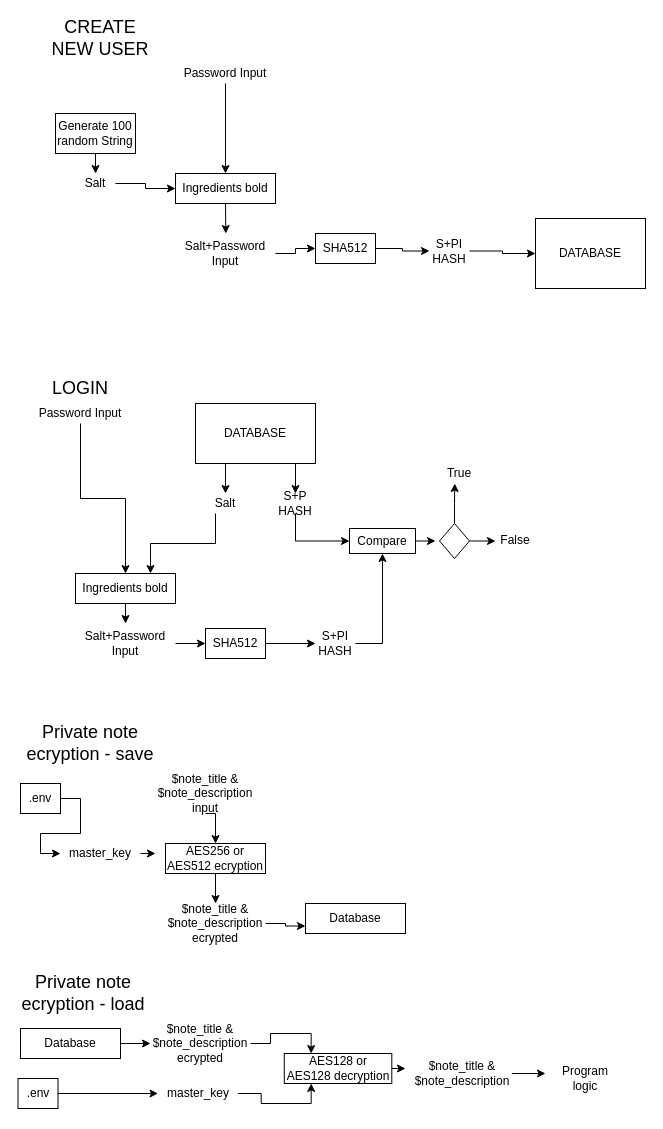
The draw.io diagram Security.drawio in SplitVICE/Online-Notes, before the edit. Source tidied: cells renumbered, new cells numbered last; positions are measured from the earlier drawing's top-left corner, leaving out a move shared by most shapes. Both pictures are drawn from the tidied source at 100%, with x=0, y=0 at pixel (17, 23).
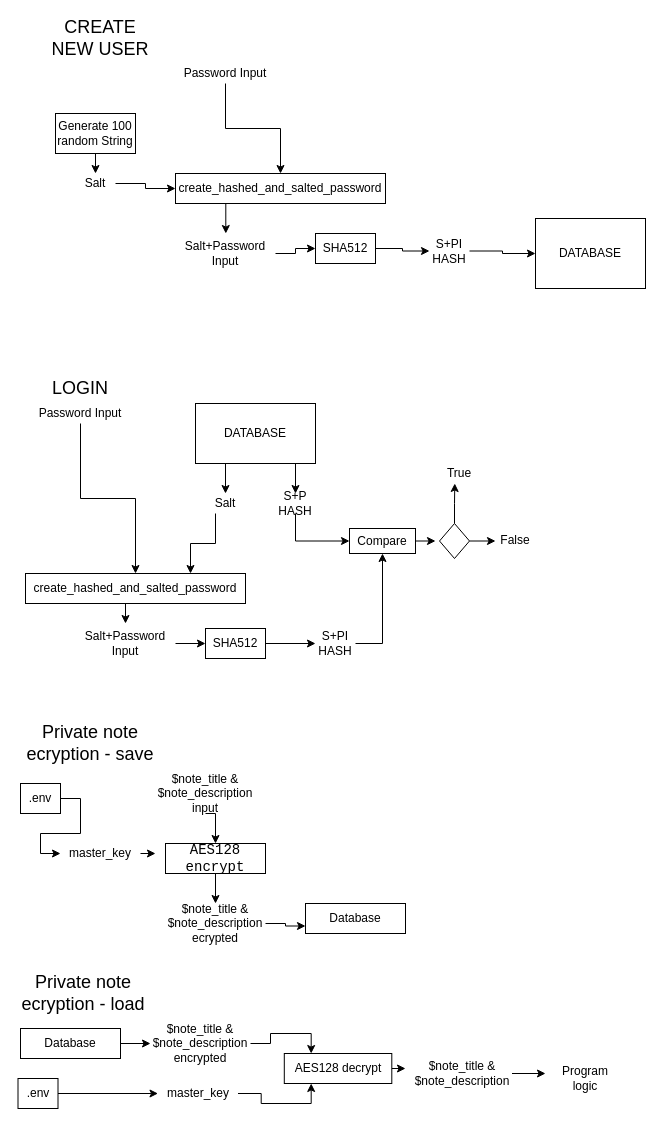
The same page after the edit.

The edit, as a diff of the source:
```diff
@@
-    <mxCell id="8" style="edgeStyle=orthogonalEdgeStyle;rounded=0;jettySize=auto;html=1;exitX=0.5;exitY=1;exitDx=0;exitDy=0;" parent="1" edge="1" source="9">
+    <mxCell id="8" style="edgeStyle=orthogonalEdgeStyle;rounded=0;jettySize=auto;html=1;exitX=0.25;exitY=1;exitDx=0;exitDy=0;" parent="1" edge="1" source="9">
       <mxGeometry relative="1" as="geometry">
         <mxPoint x="208.3" y="210" as="targetPoint" />
       </mxGeometry>
     </mxCell>
-    <mxCell id="9" value="Ingredients bold" style="rounded=0;whiteSpace=wrap;html=1;" parent="1" vertex="1">
-      <mxGeometry x="158" y="150" width="100" height="30" as="geometry" />
+    <mxCell id="9" value="create_hashed_and_salted_password" style="rounded=0;whiteSpace=wrap;html=1;" parent="1" vertex="1">
+      <mxGeometry x="158" y="150" width="210" height="30" as="geometry" />
     </mxCell>
@@
-    <mxCell id="29" value="Ingredients bold" style="rounded=0;whiteSpace=wrap;html=1;" parent="1" vertex="1">
-      <mxGeometry x="58" y="550" width="100" height="30" as="geometry" />
+    <mxCell id="29" value="create_hashed_and_salted_password" style="rounded=0;whiteSpace=wrap;html=1;" parent="1" vertex="1">
+      <mxGeometry x="8" y="550" width="220" height="30" as="geometry" />
     </mxCell>
@@
-    <mxCell id="51" value="AES256 or AES512 ecryption" style="rounded=0;whiteSpace=wrap;html=1;" parent="1" vertex="1">
+    <mxCell id="51" value="&lt;font face=&quot;Consolas, Courier New, monospace&quot;&gt;&lt;span style=&quot;font-size: 14px&quot;&gt;AES128 encrypt&lt;/span&gt;&lt;/font&gt;" style="rounded=0;whiteSpace=wrap;html=1;" parent="1" vertex="1">
       <mxGeometry x="148" y="820" width="100" height="30" as="geometry" />
     </mxCell>
@@
-    <mxCell id="63" value="$note_title &amp;amp; $note_description ecrypted" style="text;html=1;strokeColor=none;fillColor=none;align=center;verticalAlign=middle;whiteSpace=wrap;rounded=0;" parent="1" vertex="1">
+    <mxCell id="63" value="$note_title &amp;amp; $note_description encrypted" style="text;html=1;strokeColor=none;fillColor=none;align=center;verticalAlign=middle;whiteSpace=wrap;rounded=0;" parent="1" vertex="1">
       <mxGeometry x="133" y="1000" width="100" height="40" as="geometry" />
     </mxCell>
@@
-    <mxCell id="65" value="AES128 or AES128&amp;nbsp;decryption" style="rounded=0;whiteSpace=wrap;html=1;" parent="1" vertex="1">
+    <mxCell id="65" value="AES128 decrypt" style="rounded=0;whiteSpace=wrap;html=1;" parent="1" vertex="1">
       <mxGeometry x="266.8" y="1030" width="107.5" height="30" as="geometry" />
     </mxCell>
```
